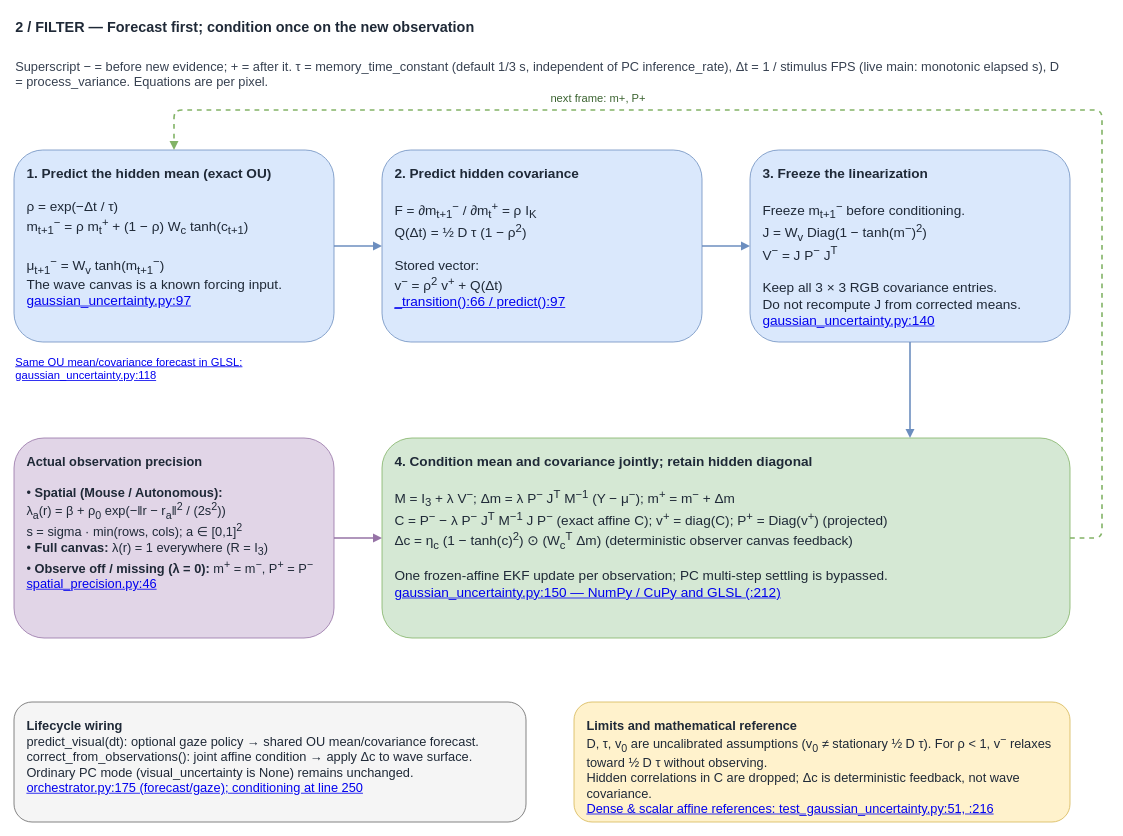
The draw.io diagram page "2 - Forecast and conditioning" (2 of 4) of docs/predictive-uncertainty-math.drawio in EternalGoldenBraid/AudioViz, before the edit. Source tidied: cells renumbered, new cells numbered last; positions are measured from the earlier drawing's top-left corner, leaving out a move shared by most shapes. Both pictures are drawn from the tidied source at 80%, with x=0, y=0 at pixel (14, 14).
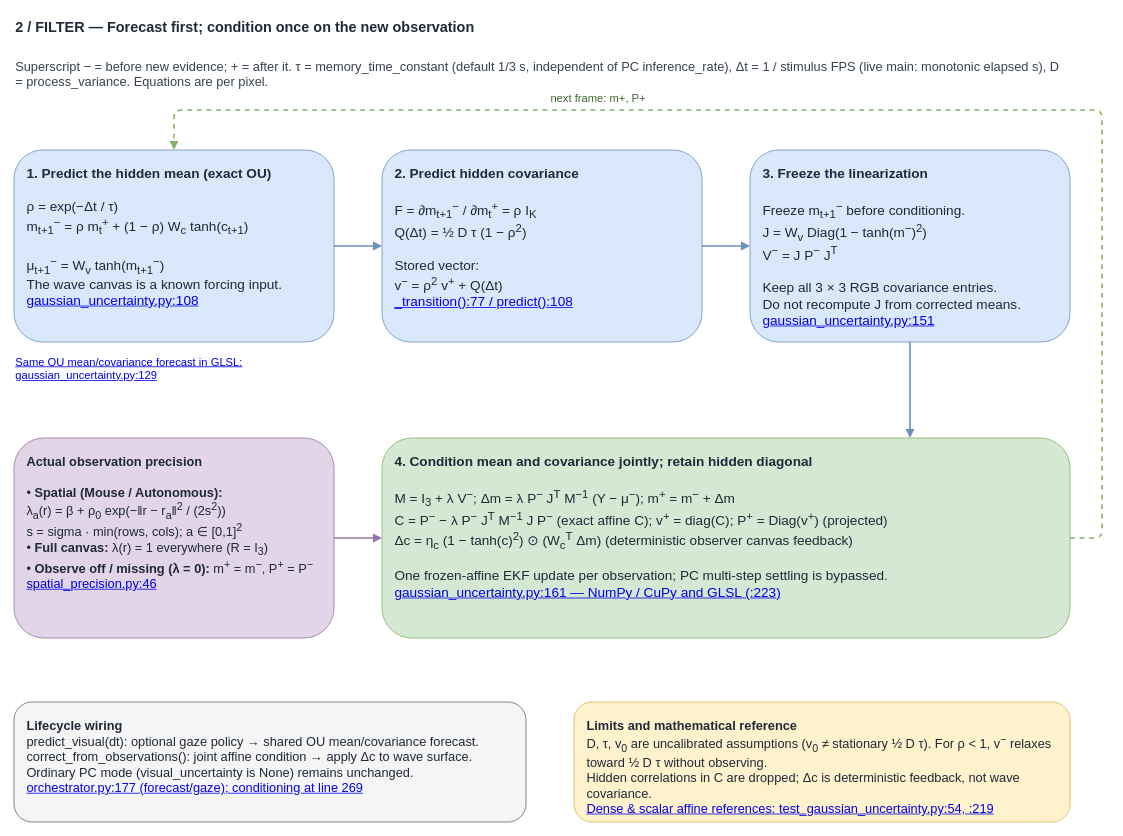
The same diagram, later.

Commit message (it also covers changes not shown here):
Active vision: document common-mode audio filter and belief diagnostics

The edit, as a diff of the source:
```diff
@@
 <mxGraphModel background="#ffffff">
   <root>
     <mxCell id="0" />
     <mxCell id="1" parent="0" />
     <mxCell id="2" value="2 / FILTER — Forecast first; condition once on the new observation" style="text;whiteSpace=wrap;html=1;fontSize=18;fontStyle=1;align=left;fontColor=#1f2937;" parent="1" vertex="1">
       <mxGeometry width="1320" height="40" as="geometry" />
     </mxCell>
     <mxCell id="3" value="Superscript − = before new evidence; + = after it. τ = memory_time_constant (default 1/3 s, independent of PC inference_rate), Δt = 1 / stimulus FPS (live main: monotonic elapsed s), D = process_variance. Equations are per pixel." style="text;whiteSpace=wrap;html=1;fontSize=16;align=left;fontColor=#374151;" parent="1" vertex="1">
       <mxGeometry y="50" width="1320" height="40" as="geometry" />
     </mxCell>
-    <mxCell id="4" value="&lt;b&gt;1. Predict the hidden mean (exact OU)&lt;/b&gt;&lt;br&gt;&lt;br&gt;ρ = exp(−Δt / τ)&lt;br&gt;m&lt;sub&gt;t+1&lt;/sub&gt;&lt;sup&gt;−&lt;/sup&gt; = ρ m&lt;sub&gt;t&lt;/sub&gt;&lt;sup&gt;+&lt;/sup&gt; + (1 − ρ) W&lt;sub&gt;c&lt;/sub&gt; tanh(c&lt;sub&gt;t+1&lt;/sub&gt;)&lt;br&gt;&lt;br&gt;μ&lt;sub&gt;t+1&lt;/sub&gt;&lt;sup&gt;−&lt;/sup&gt; = W&lt;sub&gt;v&lt;/sub&gt; tanh(m&lt;sub&gt;t+1&lt;/sub&gt;&lt;sup&gt;−&lt;/sup&gt;)&lt;br&gt;The wave canvas is a known forcing input.&lt;br&gt;&lt;a href=&quot;vscode://file/home/nicklas/Projects/AudioViz/src/audioviz/readouts/gaussian_uncertainty.py:97:1&quot;&gt;gaussian_uncertainty.py:97&lt;/a&gt;" style="rounded=1;whiteSpace=wrap;html=1;fillColor=#dae8fc;strokeColor=#6c8ebf;fontColor=#1f2937;fontSize=17;align=left;verticalAlign=top;spacing=16;" parent="1" vertex="1">
+    <mxCell id="4" value="&lt;b&gt;1. Predict the hidden mean (exact OU)&lt;/b&gt;&lt;br&gt;&lt;br&gt;ρ = exp(−Δt / τ)&lt;br&gt;m&lt;sub&gt;t+1&lt;/sub&gt;&lt;sup&gt;−&lt;/sup&gt; = ρ m&lt;sub&gt;t&lt;/sub&gt;&lt;sup&gt;+&lt;/sup&gt; + (1 − ρ) W&lt;sub&gt;c&lt;/sub&gt; tanh(c&lt;sub&gt;t+1&lt;/sub&gt;)&lt;br&gt;&lt;br&gt;μ&lt;sub&gt;t+1&lt;/sub&gt;&lt;sup&gt;−&lt;/sup&gt; = W&lt;sub&gt;v&lt;/sub&gt; tanh(m&lt;sub&gt;t+1&lt;/sub&gt;&lt;sup&gt;−&lt;/sup&gt;)&lt;br&gt;The wave canvas is a known forcing input.&lt;br&gt;&lt;a href=&quot;vscode://file/home/nicklas/Projects/AudioViz/src/audioviz/readouts/gaussian_uncertainty.py:108:1&quot;&gt;gaussian_uncertainty.py:108&lt;/a&gt;" style="rounded=1;whiteSpace=wrap;html=1;fillColor=#dae8fc;strokeColor=#6c8ebf;fontColor=#1f2937;fontSize=17;align=left;verticalAlign=top;spacing=16;" parent="1" vertex="1">
       <mxGeometry y="170" width="400" height="240" as="geometry" />
     </mxCell>
-    <mxCell id="5" value="&lt;b&gt;2. Predict hidden covariance&lt;/b&gt;&lt;br&gt;&lt;br&gt;F = ∂m&lt;sub&gt;t+1&lt;/sub&gt;&lt;sup&gt;−&lt;/sup&gt; / ∂m&lt;sub&gt;t&lt;/sub&gt;&lt;sup&gt;+&lt;/sup&gt; = ρ I&lt;sub&gt;K&lt;/sub&gt;&lt;br&gt;Q(Δt) = ½ D τ (1 − ρ&lt;sup&gt;2&lt;/sup&gt;)&lt;br&gt;&lt;br&gt;Stored vector:&lt;br&gt;v&lt;sup&gt;−&lt;/sup&gt; = ρ&lt;sup&gt;2&lt;/sup&gt; v&lt;sup&gt;+&lt;/sup&gt; + Q(Δt)&lt;br&gt;&lt;a href=&quot;vscode://file/home/nicklas/Projects/AudioViz/src/audioviz/readouts/gaussian_uncertainty.py:66:1&quot;&gt;_transition():66 / predict():97&lt;/a&gt;" style="rounded=1;whiteSpace=wrap;html=1;fillColor=#dae8fc;strokeColor=#6c8ebf;fontColor=#1f2937;fontSize=17;align=left;verticalAlign=top;spacing=16;" parent="1" vertex="1">
+    <mxCell id="5" value="&lt;b&gt;2. Predict hidden covariance&lt;/b&gt;&lt;br&gt;&lt;br&gt;F = ∂m&lt;sub&gt;t+1&lt;/sub&gt;&lt;sup&gt;−&lt;/sup&gt; / ∂m&lt;sub&gt;t&lt;/sub&gt;&lt;sup&gt;+&lt;/sup&gt; = ρ I&lt;sub&gt;K&lt;/sub&gt;&lt;br&gt;Q(Δt) = ½ D τ (1 − ρ&lt;sup&gt;2&lt;/sup&gt;)&lt;br&gt;&lt;br&gt;Stored vector:&lt;br&gt;v&lt;sup&gt;−&lt;/sup&gt; = ρ&lt;sup&gt;2&lt;/sup&gt; v&lt;sup&gt;+&lt;/sup&gt; + Q(Δt)&lt;br&gt;&lt;a href=&quot;vscode://file/home/nicklas/Projects/AudioViz/src/audioviz/readouts/gaussian_uncertainty.py:77:1&quot;&gt;_transition():77 / predict():108&lt;/a&gt;" style="rounded=1;whiteSpace=wrap;html=1;fillColor=#dae8fc;strokeColor=#6c8ebf;fontColor=#1f2937;fontSize=17;align=left;verticalAlign=top;spacing=16;" parent="1" vertex="1">
       <mxGeometry x="460" y="170" width="400" height="240" as="geometry" />
     </mxCell>
-    <mxCell id="6" value="&lt;b&gt;3. Freeze the linearization&lt;/b&gt;&lt;br&gt;&lt;br&gt;Freeze m&lt;sub&gt;t+1&lt;/sub&gt;&lt;sup&gt;−&lt;/sup&gt; before conditioning.&lt;br&gt;J = W&lt;sub&gt;v&lt;/sub&gt; Diag(1 − tanh(m&lt;sup&gt;−&lt;/sup&gt;)&lt;sup&gt;2&lt;/sup&gt;)&lt;br&gt;V&lt;sup&gt;−&lt;/sup&gt; = J P&lt;sup&gt;−&lt;/sup&gt; J&lt;sup&gt;T&lt;/sup&gt;&lt;br&gt;&lt;br&gt;Keep all 3 × 3 RGB covariance entries.&lt;br&gt;Do not recompute J from corrected means.&lt;br&gt;&lt;a href=&quot;vscode://file/home/nicklas/Projects/AudioViz/src/audioviz/readouts/gaussian_uncertainty.py:140:1&quot;&gt;gaussian_uncertainty.py:140&lt;/a&gt;" style="rounded=1;whiteSpace=wrap;html=1;fillColor=#dae8fc;strokeColor=#6c8ebf;fontColor=#1f2937;fontSize=17;align=left;verticalAlign=top;spacing=16;" parent="1" vertex="1">
+    <mxCell id="6" value="&lt;b&gt;3. Freeze the linearization&lt;/b&gt;&lt;br&gt;&lt;br&gt;Freeze m&lt;sub&gt;t+1&lt;/sub&gt;&lt;sup&gt;−&lt;/sup&gt; before conditioning.&lt;br&gt;J = W&lt;sub&gt;v&lt;/sub&gt; Diag(1 − tanh(m&lt;sup&gt;−&lt;/sup&gt;)&lt;sup&gt;2&lt;/sup&gt;)&lt;br&gt;V&lt;sup&gt;−&lt;/sup&gt; = J P&lt;sup&gt;−&lt;/sup&gt; J&lt;sup&gt;T&lt;/sup&gt;&lt;br&gt;&lt;br&gt;Keep all 3 × 3 RGB covariance entries.&lt;br&gt;Do not recompute J from corrected means.&lt;br&gt;&lt;a href=&quot;vscode://file/home/nicklas/Projects/AudioViz/src/audioviz/readouts/gaussian_uncertainty.py:151:1&quot;&gt;gaussian_uncertainty.py:151&lt;/a&gt;" style="rounded=1;whiteSpace=wrap;html=1;fillColor=#dae8fc;strokeColor=#6c8ebf;fontColor=#1f2937;fontSize=17;align=left;verticalAlign=top;spacing=16;" parent="1" vertex="1">
       <mxGeometry x="920" y="170" width="400" height="240" as="geometry" />
     </mxCell>
-    <mxCell id="7" value="&lt;a href=&quot;vscode://file/home/nicklas/Projects/AudioViz/src/audioviz/readouts/gaussian_uncertainty.py:118:1&quot;&gt;Same OU mean/covariance forecast in GLSL: gaussian_uncertainty.py:118&lt;/a&gt;" style="text;whiteSpace=wrap;html=1;fontSize=14;align=left;fontColor=#1e5a90;" parent="1" vertex="1">
+    <mxCell id="7" value="&lt;a href=&quot;vscode://file/home/nicklas/Projects/AudioViz/src/audioviz/readouts/gaussian_uncertainty.py:129:1&quot;&gt;Same OU mean/covariance forecast in GLSL: gaussian_uncertainty.py:129&lt;/a&gt;" style="text;whiteSpace=wrap;html=1;fontSize=14;align=left;fontColor=#1e5a90;" parent="1" vertex="1">
       <mxGeometry y="420" width="400" height="50" as="geometry" />
     </mxCell>
     <mxCell id="8" value="&lt;b&gt;Actual observation precision&lt;/b&gt;&lt;br&gt;&lt;br&gt;• &lt;b&gt;Spatial (Mouse / Autonomous):&lt;/b&gt;&lt;br&gt;  λ&lt;sub&gt;a&lt;/sub&gt;(r) = β + ρ&lt;sub&gt;0&lt;/sub&gt; exp(−‖r − r&lt;sub&gt;a&lt;/sub&gt;‖&lt;sup&gt;2&lt;/sup&gt; / (2s&lt;sup&gt;2&lt;/sup&gt;))&lt;br&gt;  s = sigma · min(rows, cols); a ∈ [0,1]&lt;sup&gt;2&lt;/sup&gt;&lt;br&gt;• &lt;b&gt;Full canvas:&lt;/b&gt; λ(r) = 1 everywhere (R = I&lt;sub&gt;3&lt;/sub&gt;)&lt;br&gt;• &lt;b&gt;Observe off / missing (λ = 0):&lt;/b&gt; m&lt;sup&gt;+&lt;/sup&gt; = m&lt;sup&gt;−&lt;/sup&gt;, P&lt;sup&gt;+&lt;/sup&gt; = P&lt;sup&gt;−&lt;/sup&gt;&lt;br&gt;&lt;a href=&quot;vscode://file/home/nicklas/Projects/AudioViz/src/audioviz/readouts/spatial_precision.py:46:1&quot;&gt;spatial_precision.py:46&lt;/a&gt;" style="rounded=1;whiteSpace=wrap;html=1;fillColor=#e1d5e7;strokeColor=#9673a6;fontColor=#1f2937;fontSize=16;align=left;verticalAlign=top;spacing=16;" parent="1" vertex="1">
       <mxGeometry y="530" width="400" height="250" as="geometry" />
     </mxCell>
-    <mxCell id="9" value="&lt;b&gt;4. Condition mean and covariance jointly; retain hidden diagonal&lt;/b&gt;&lt;br&gt;&lt;br&gt;M = I&lt;sub&gt;3&lt;/sub&gt; + λ V&lt;sup&gt;−&lt;/sup&gt;;  Δm = λ P&lt;sup&gt;−&lt;/sup&gt; J&lt;sup&gt;T&lt;/sup&gt; M&lt;sup&gt;−1&lt;/sup&gt; (Y − μ&lt;sup&gt;−&lt;/sup&gt;);  m&lt;sup&gt;+&lt;/sup&gt; = m&lt;sup&gt;−&lt;/sup&gt; + Δm&lt;br&gt;C = P&lt;sup&gt;−&lt;/sup&gt; − λ P&lt;sup&gt;−&lt;/sup&gt; J&lt;sup&gt;T&lt;/sup&gt; M&lt;sup&gt;−1&lt;/sup&gt; J P&lt;sup&gt;−&lt;/sup&gt; (exact affine C);  v&lt;sup&gt;+&lt;/sup&gt; = diag(C);  P&lt;sup&gt;+&lt;/sup&gt; = Diag(v&lt;sup&gt;+&lt;/sup&gt;) (projected)&lt;br&gt;Δc = η&lt;sub&gt;c&lt;/sub&gt; (1 − tanh(c)&lt;sup&gt;2&lt;/sup&gt;) ⊙ (W&lt;sub&gt;c&lt;/sub&gt;&lt;sup&gt;T&lt;/sup&gt; Δm)  (deterministic observer canvas feedback)&lt;br&gt;&lt;br&gt;One frozen-affine EKF update per observation; PC multi-step settling is bypassed.&lt;br&gt;&lt;a href=&quot;vscode://file/home/nicklas/Projects/AudioViz/src/audioviz/readouts/gaussian_uncertainty.py:150:1&quot;&gt;gaussian_uncertainty.py:150 — NumPy / CuPy and GLSL (:212)&lt;/a&gt;" style="rounded=1;whiteSpace=wrap;html=1;fillColor=#d5e8d4;strokeColor=#82b366;fontColor=#1f2937;fontSize=17;align=left;verticalAlign=top;spacing=16;" parent="1" vertex="1">
+    <mxCell id="9" value="&lt;b&gt;4. Condition mean and covariance jointly; retain hidden diagonal&lt;/b&gt;&lt;br&gt;&lt;br&gt;M = I&lt;sub&gt;3&lt;/sub&gt; + λ V&lt;sup&gt;−&lt;/sup&gt;;  Δm = λ P&lt;sup&gt;−&lt;/sup&gt; J&lt;sup&gt;T&lt;/sup&gt; M&lt;sup&gt;−1&lt;/sup&gt; (Y − μ&lt;sup&gt;−&lt;/sup&gt;);  m&lt;sup&gt;+&lt;/sup&gt; = m&lt;sup&gt;−&lt;/sup&gt; + Δm&lt;br&gt;C = P&lt;sup&gt;−&lt;/sup&gt; − λ P&lt;sup&gt;−&lt;/sup&gt; J&lt;sup&gt;T&lt;/sup&gt; M&lt;sup&gt;−1&lt;/sup&gt; J P&lt;sup&gt;−&lt;/sup&gt; (exact affine C);  v&lt;sup&gt;+&lt;/sup&gt; = diag(C);  P&lt;sup&gt;+&lt;/sup&gt; = Diag(v&lt;sup&gt;+&lt;/sup&gt;) (projected)&lt;br&gt;Δc = η&lt;sub&gt;c&lt;/sub&gt; (1 − tanh(c)&lt;sup&gt;2&lt;/sup&gt;) ⊙ (W&lt;sub&gt;c&lt;/sub&gt;&lt;sup&gt;T&lt;/sup&gt; Δm)  (deterministic observer canvas feedback)&lt;br&gt;&lt;br&gt;One frozen-affine EKF update per observation; PC multi-step settling is bypassed.&lt;br&gt;&lt;a href=&quot;vscode://file/home/nicklas/Projects/AudioViz/src/audioviz/readouts/gaussian_uncertainty.py:161:1&quot;&gt;gaussian_uncertainty.py:161 — NumPy / CuPy and GLSL (:223)&lt;/a&gt;" style="rounded=1;whiteSpace=wrap;html=1;fillColor=#d5e8d4;strokeColor=#82b366;fontColor=#1f2937;fontSize=17;align=left;verticalAlign=top;spacing=16;" parent="1" vertex="1">
       <mxGeometry x="460" y="530" width="860" height="250" as="geometry" />
     </mxCell>
-    <mxCell id="10" value="&lt;b&gt;Lifecycle wiring&lt;/b&gt;&lt;br&gt;predict_visual(dt): optional gaze policy → shared OU mean/covariance forecast.&lt;br&gt;correct_from_observations(): joint affine condition → apply Δc to wave surface.&lt;br&gt;Ordinary PC mode (visual_uncertainty is None) remains unchanged.&lt;br&gt;&lt;a href=&quot;vscode://file/home/nicklas/Projects/AudioViz/src/audioviz/sources/orchestrator.py:175:1&quot;&gt;orchestrator.py:175 (forecast/gaze); conditioning at line 250&lt;/a&gt;" style="rounded=1;whiteSpace=wrap;html=1;fillColor=#f5f5f5;strokeColor=#666666;fontColor=#1f2937;fontSize=16;align=left;verticalAlign=top;spacing=16;" parent="1" vertex="1">
+    <mxCell id="10" value="&lt;b&gt;Lifecycle wiring&lt;/b&gt;&lt;br&gt;predict_visual(dt): optional gaze policy → shared OU mean/covariance forecast.&lt;br&gt;correct_from_observations(): joint affine condition → apply Δc to wave surface.&lt;br&gt;Ordinary PC mode (visual_uncertainty is None) remains unchanged.&lt;br&gt;&lt;a href=&quot;vscode://file/home/nicklas/Projects/AudioViz/src/audioviz/sources/orchestrator.py:177:1&quot;&gt;orchestrator.py:177 (forecast/gaze); conditioning at line 269&lt;/a&gt;" style="rounded=1;whiteSpace=wrap;html=1;fillColor=#f5f5f5;strokeColor=#666666;fontColor=#1f2937;fontSize=16;align=left;verticalAlign=top;spacing=16;" parent="1" vertex="1">
       <mxGeometry y="860" width="640" height="150" as="geometry" />
     </mxCell>
-    <mxCell id="11" value="&lt;b&gt;Limits and mathematical reference&lt;/b&gt;&lt;br&gt;D, τ, v&lt;sub&gt;0&lt;/sub&gt; are uncalibrated assumptions (v&lt;sub&gt;0&lt;/sub&gt; ≠ stationary ½ D τ). For ρ &amp;lt; 1, v&lt;sup&gt;−&lt;/sup&gt; relaxes toward ½ D τ without observing.&lt;br&gt;Hidden correlations in C are dropped; Δc is deterministic feedback, not wave covariance.&lt;br&gt;&lt;a href=&quot;vscode://file/home/nicklas/Projects/AudioViz/tests/readouts/test_gaussian_uncertainty.py:51:1&quot;&gt;Dense &amp;amp; scalar affine references: test_gaussian_uncertainty.py:51, :216&lt;/a&gt;" style="rounded=1;whiteSpace=wrap;html=1;fillColor=#fff2cc;strokeColor=#d6b656;fontColor=#1f2937;fontSize=16;align=left;verticalAlign=top;spacing=16;" parent="1" vertex="1">
+    <mxCell id="11" value="&lt;b&gt;Limits and mathematical reference&lt;/b&gt;&lt;br&gt;D, τ, v&lt;sub&gt;0&lt;/sub&gt; are uncalibrated assumptions (v&lt;sub&gt;0&lt;/sub&gt; ≠ stationary ½ D τ). For ρ &amp;lt; 1, v&lt;sup&gt;−&lt;/sup&gt; relaxes toward ½ D τ without observing.&lt;br&gt;Hidden correlations in C are dropped; Δc is deterministic feedback, not wave covariance.&lt;br&gt;&lt;a href=&quot;vscode://file/home/nicklas/Projects/AudioViz/tests/readouts/test_gaussian_uncertainty.py:54:1&quot;&gt;Dense &amp;amp; scalar affine references: test_gaussian_uncertainty.py:54, :219&lt;/a&gt;" style="rounded=1;whiteSpace=wrap;html=1;fillColor=#fff2cc;strokeColor=#d6b656;fontColor=#1f2937;fontSize=16;align=left;verticalAlign=top;spacing=16;" parent="1" vertex="1">
       <mxGeometry x="700" y="860" width="620" height="150" as="geometry" />
     </mxCell>
     <mxCell id="12" style="edgeStyle=orthogonalEdgeStyle;html=1;strokeColor=#6c8ebf;strokeWidth=2;endArrow=block;exitX=1;exitY=0.5;entryX=0;entryY=0.5;" parent="1" edge="1" source="4" target="5">
       <mxGeometry relative="1" as="geometry" />
     </mxCell>
     <mxCell id="13" style="edgeStyle=orthogonalEdgeStyle;html=1;strokeColor=#6c8ebf;strokeWidth=2;endArrow=block;exitX=1;exitY=0.5;entryX=0;entryY=0.5;" parent="1" edge="1" source="5" target="6">
       <mxGeometry relative="1" as="geometry" />
     </mxCell>
     <mxCell id="14" style="edgeStyle=orthogonalEdgeStyle;html=1;strokeColor=#6c8ebf;strokeWidth=2;endArrow=block;exitX=0.5;exitY=1;entryX=0.76744;entryY=0;" parent="1" edge="1" source="6" target="9">
       <mxGeometry relative="1" as="geometry" />
     </mxCell>
     <mxCell id="15" style="edgeStyle=orthogonalEdgeStyle;html=1;strokeColor=#9673a6;strokeWidth=2;endArrow=block;exitX=1;exitY=0.5;entryX=0;entryY=0.5;" parent="1" edge="1" source="8" target="9">
       <mxGeometry relative="1" as="geometry" />
     </mxCell>
     <mxCell id="16" value="next frame: m+, P+" style="edgeStyle=orthogonalEdgeStyle;html=1;strokeColor=#82b366;strokeWidth=2;endArrow=block;dashed=1;fontSize=14;fontColor=#3b6330;labelBackgroundColor=#ffffff;exitX=1;exitY=0.5;entryX=0.5;entryY=0;" parent="1" edge="1" source="9" target="4">
       <mxGeometry x="0.35" y="-15" relative="1" as="geometry">
         <Array as="points">
           <mxPoint x="1360" y="655" />
           <mxPoint x="1360" y="120" />
           <mxPoint x="200" y="120" />
         </Array>
       </mxGeometry>
     </mxCell>
   </root>
 </mxGraphModel>
```
